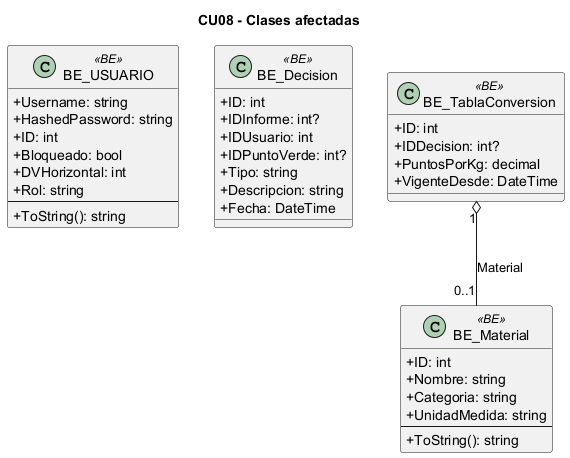
Above: docs/diagramas/uml_png/cu__CU08_clases.png in L-Muniz/uai-diploma_2026 (PlantUML), before the change.
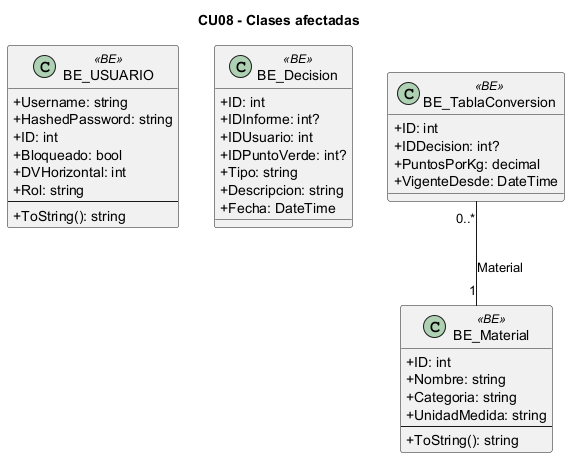
After the commit.

What changed in the source:
```diff
@@ -34,5 +34,5 @@
   --
   +ToString(): string
 }
-BE_TablaConversion "1" o-- "0..1" BE_Material : Material
+BE_TablaConversion "0..*" -- "1" BE_Material : Material
 @enduml
```
